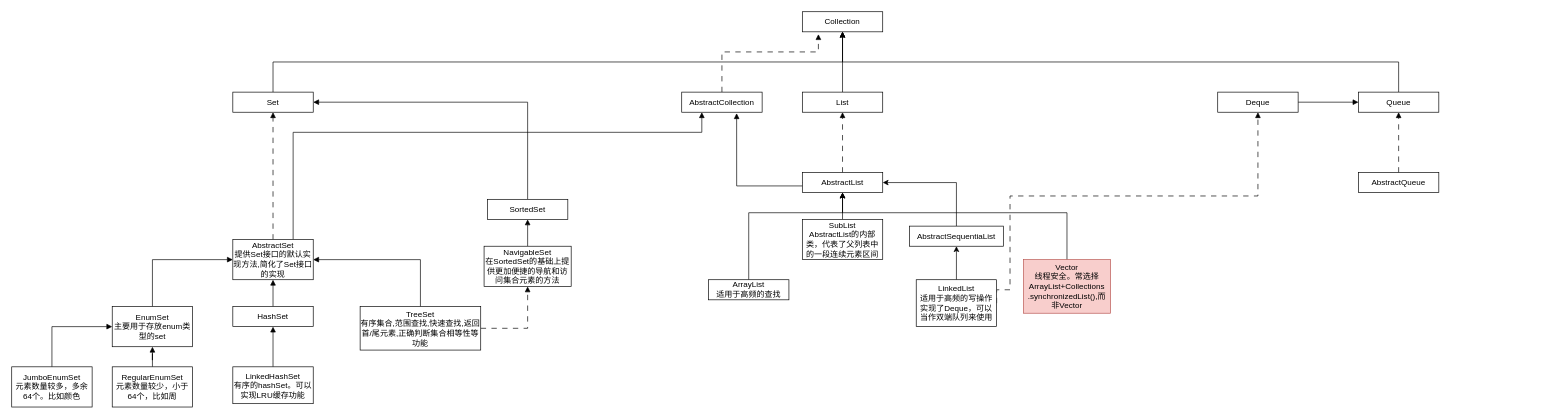
Before: java-collection.drawio in Forri1996/draw.io, a draw.io diagram. Source tidied: cells renumbered, new cells numbered last; positions are measured from the earlier drawing's top-left corner, leaving out a move shared by most shapes. Both pictures are drawn from the tidied source at 67%, with x=0, y=0 at pixel (11, 11).
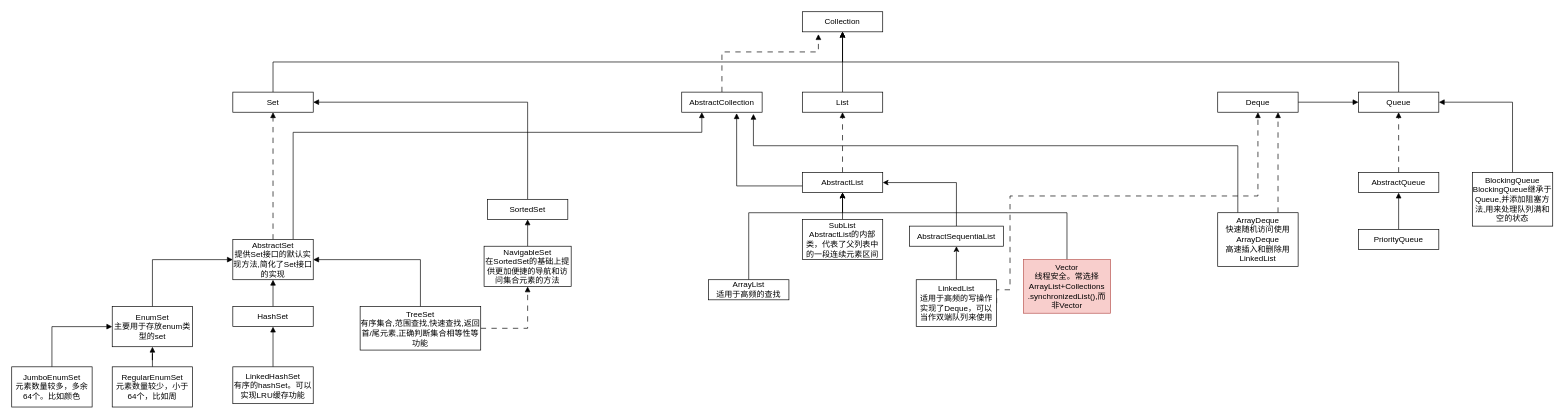
The same page after the edit.

Commit message:
queue相关的类图

Unchanged cells that the change refers to:
```xml
<mxCell id="8" value="Queue" style="rounded=0;whiteSpace=wrap;html=1;" parent="1" vertex="1">
  <mxGeometry x="2010" y="120" width="120" height="30" as="geometry" />
</mxCell>
<mxCell id="30" value="AbstractCollection" style="rounded=0;whiteSpace=wrap;html=1;" parent="1" vertex="1">
  <mxGeometry x="1000" y="120" width="120" height="30" as="geometry" />
</mxCell>
<mxCell id="46" value="Deque" style="rounded=0;whiteSpace=wrap;html=1;" parent="1" vertex="1">
  <mxGeometry x="1800" y="120" width="120" height="30" as="geometry" />
</mxCell>
<mxCell id="48" value="AbstractQueue" style="rounded=0;whiteSpace=wrap;html=1;" parent="1" vertex="1">
  <mxGeometry x="2010" y="240" width="120" height="30" as="geometry" />
</mxCell>
```

The edit, as a diff of the source:
```diff
@@
+    <mxCell id="49" style="edgeStyle=orthogonalEdgeStyle;rounded=0;jettySize=auto;html=1;exitX=0.75;exitY=0;exitDx=0;exitDy=0;entryX=0.75;entryY=1;entryDx=0;entryDy=0;endArrow=block;endFill=1;dashed=1;dashPattern=8 8;" parent="1" edge="1" source="51" target="46">
+      <mxGeometry relative="1" as="geometry" />
+    </mxCell>
+    <mxCell id="50" style="edgeStyle=orthogonalEdgeStyle;rounded=0;jettySize=auto;html=1;exitX=0.25;exitY=0;exitDx=0;exitDy=0;entryX=0.892;entryY=1.083;entryDx=0;entryDy=0;entryPerimeter=0;endArrow=block;endFill=1;" parent="1" edge="1" source="51" target="30">
+      <mxGeometry relative="1" as="geometry">
+        <Array as="points">
+          <mxPoint x="1830" y="200" />
+          <mxPoint x="1107" y="200" />
+        </Array>
+      </mxGeometry>
+    </mxCell>
+    <mxCell id="51" value="ArrayDeque&lt;br&gt;快速随机访问使用ArrayDeque&lt;br&gt;高速插入和删除用LinkedList" style="rounded=0;whiteSpace=wrap;html=1;" parent="1" vertex="1">
+      <mxGeometry x="1800" y="300" width="120" height="80" as="geometry" />
+    </mxCell>
+    <mxCell id="52" style="edgeStyle=orthogonalEdgeStyle;rounded=0;jettySize=auto;html=1;exitX=0.5;exitY=0;exitDx=0;exitDy=0;entryX=0.5;entryY=1;entryDx=0;entryDy=0;endArrow=block;endFill=1;" parent="1" edge="1" source="53" target="48">
+      <mxGeometry relative="1" as="geometry" />
+    </mxCell>
+    <mxCell id="53" value="PriorityQueue" style="rounded=0;whiteSpace=wrap;html=1;" parent="1" vertex="1">
+      <mxGeometry x="2010" y="325" width="120" height="30" as="geometry" />
+    </mxCell>
+    <mxCell id="54" style="edgeStyle=orthogonalEdgeStyle;rounded=0;jettySize=auto;html=1;exitX=0.5;exitY=0;exitDx=0;exitDy=0;entryX=1;entryY=0.5;entryDx=0;entryDy=0;endArrow=block;endFill=1;" parent="1" edge="1" source="55" target="8">
+      <mxGeometry relative="1" as="geometry" />
+    </mxCell>
+    <mxCell id="55" value="BlockingQueue&lt;br&gt;BlockingQueue继承于Queue,并添加阻塞方法,用来处理队列满和空的状态" style="rounded=0;whiteSpace=wrap;html=1;" parent="1" vertex="1">
+      <mxGeometry x="2180" y="240" width="120" height="80" as="geometry" />
+    </mxCell>
```
